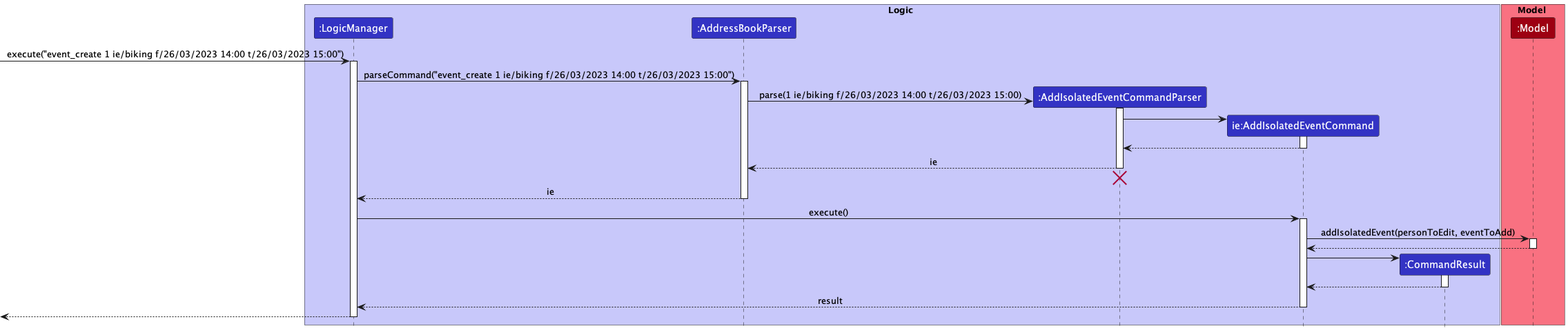
Earlier version of the PlantUML export docs/images/AddIsolatedEventCommandSequenceDiagram.png (nus-cs2103-AY2223S2/tp). The source it was exported from:
```plantuml
@startuml
!include style.puml

box Logic LOGIC_COLOR_T1
participant ":LogicManager" as LogicManager LOGIC_COLOR
participant ":AddressBookParser" as AddressBookParser LOGIC_COLOR
participant ":AddIsolatedEventCommandParser" as AddIsolatedEventCommandParser LOGIC_COLOR
participant "ie:AddIsolatedEventCommand" as AddIsolatedEventCommand LOGIC_COLOR
participant ":CommandResult" as CommandResult LOGIC_COLOR
end box

box Model MODEL_COLOR_T1
participant ":Model" as Model MODEL_COLOR
end box

[-> LogicManager : execute("event_create 1 ie/biking f/26/03/2023 14:00 t/26/03/2023 15:00")
activate LogicManager

LogicManager -> AddressBookParser : parseCommand("event_create 1 ie/biking f/26/03/2023 14:00 t/26/03/2023 15:00")
activate AddressBookParser

create AddIsolatedEventCommandParser
AddressBookParser -> AddIsolatedEventCommandParser : parse(1 ie/biking f/26/03/2023 14:00 t/26/03/2023 15:00)
activate AddIsolatedEventCommandParser

create AddIsolatedEventCommand
AddIsolatedEventCommandParser -> AddIsolatedEventCommand
activate AddIsolatedEventCommand

AddIsolatedEventCommand --> AddIsolatedEventCommandParser
deactivate AddIsolatedEventCommand

AddIsolatedEventCommandParser --> AddressBookParser : ie
deactivate AddIsolatedEventCommandParser
AddIsolatedEventCommandParser -[hidden]-> AddressBookParser
destroy AddIsolatedEventCommandParser

AddressBookParser --> LogicManager : ie
deactivate AddressBookParser

LogicManager -> AddIsolatedEventCommand : execute()
activate AddIsolatedEventCommand

AddIsolatedEventCommand -> Model : addIsolatedEvent(personToEdit, eventToAdd)
activate Model

Model --> AddIsolatedEventCommand
deactivate Model

create CommandResult
AddIsolatedEventCommand -> CommandResult
activate CommandResult

CommandResult --> AddIsolatedEventCommand
deactivate CommandResult

AddIsolatedEventCommand --> LogicManager : result
deactivate AddIsolatedEventCommand

[<--LogicManager
deactivate LogicManager
@enduml
```
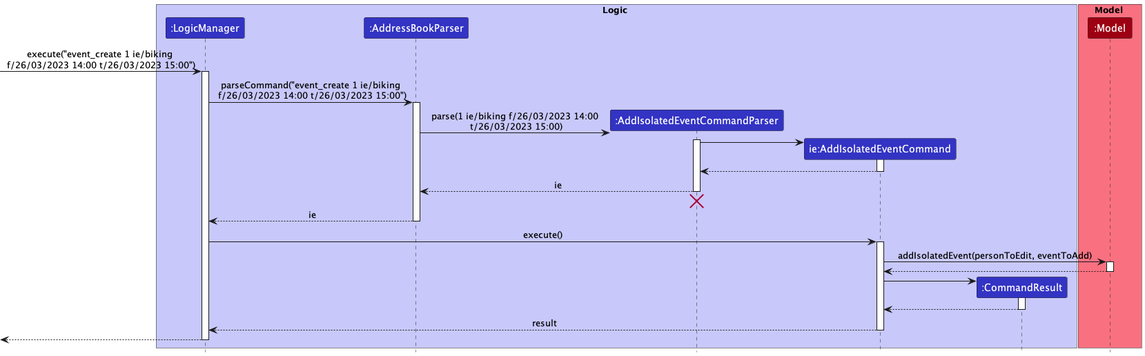
After the change.

Commit message:
resize uml diagram image

Diff of the diagram source:
```diff
@@ -13,14 +13,14 @@
 participant ":Model" as Model MODEL_COLOR
 end box
 
-[-> LogicManager : execute("event_create 1 ie/biking f/26/03/2023 14:00 t/26/03/2023 15:00")
+[-> LogicManager : execute("event_create 1 ie/biking \nf/26/03/2023 14:00 t/26/03/2023 15:00")
 activate LogicManager
 
-LogicManager -> AddressBookParser : parseCommand("event_create 1 ie/biking f/26/03/2023 14:00 t/26/03/2023 15:00")
+LogicManager -> AddressBookParser : parseCommand("event_create 1 ie/biking\n f/26/03/2023 14:00 t/26/03/2023 15:00")
 activate AddressBookParser
 
 create AddIsolatedEventCommandParser
-AddressBookParser -> AddIsolatedEventCommandParser : parse(1 ie/biking f/26/03/2023 14:00 t/26/03/2023 15:00)
+AddressBookParser -> AddIsolatedEventCommandParser : parse(1 ie/biking f/26/03/2023 14:00\n t/26/03/2023 15:00)
 activate AddIsolatedEventCommandParser
 
 create AddIsolatedEventCommand
```
